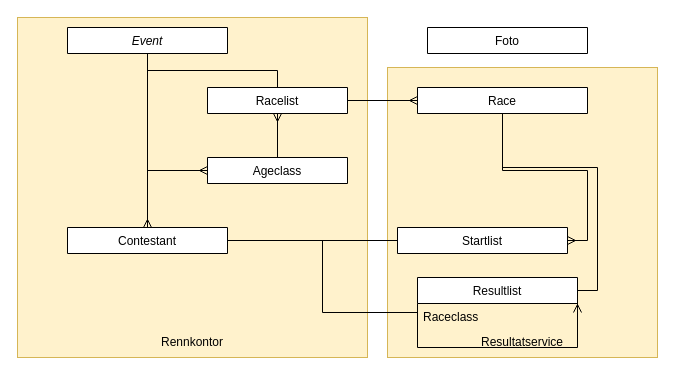
This is Langrenn Entities.drawio from langrenn-sprint/issue-tracker, a draw.io file, before an edit. Source tidied: cells renumbered, new cells numbered last; positions are measured from the earlier drawing's top-left corner, leaving out a move shared by most shapes. Both pictures are drawn from the tidied source at 100%, with x=0, y=0 at pixel (17, 17).
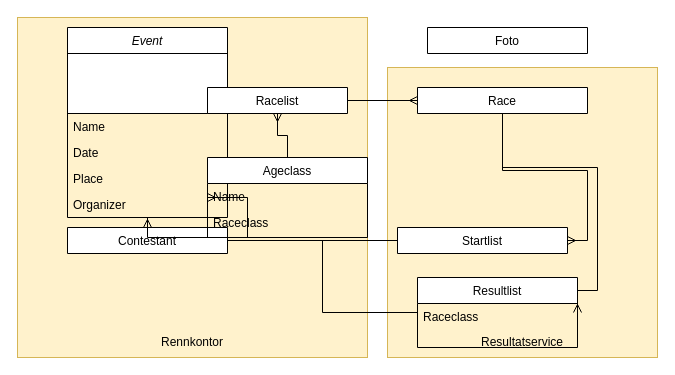
After the change.

The edit, as a diff of the source:
```diff
@@
-    <mxCell id="4" value="Event" style="swimlane;fontStyle=2;align=center;verticalAlign=top;horizontal=1;startSize=26;rounded=0;shadow=0;strokeWidth=1;" parent="1" vertex="1" collapsed="1">
-      <mxGeometry x="50" y="10" width="160" height="26" as="geometry" />
+    <mxCell id="4" value="Event" style="swimlane;fontStyle=2;align=center;verticalAlign=top;horizontal=1;startSize=26;rounded=0;shadow=0;strokeWidth=1;" parent="1" vertex="1">
+      <mxGeometry x="50" y="10" width="160" height="190" as="geometry" />
     </mxCell>
+    <mxCell id="24" style="rounded=0;whiteSpace=wrap;html=1;" parent="4" vertex="1">
+      <mxGeometry y="26" width="160" height="60" as="geometry" />
+    </mxCell>
+    <mxCell id="25" value="Name" style="text;align=left;verticalAlign=top;spacingLeft=4;spacingRight=4;overflow=hidden;" parent="4" vertex="1">
+      <mxGeometry y="86" width="160" height="26" as="geometry" />
+    </mxCell>
+    <mxCell id="26" value="Date" style="text;align=left;verticalAlign=top;spacingLeft=4;spacingRight=4;overflow=hidden;" parent="4" vertex="1">
+      <mxGeometry y="112" width="160" height="26" as="geometry" />
+    </mxCell>
+    <mxCell id="27" value="Place" style="text;align=left;verticalAlign=top;spacingLeft=4;spacingRight=4;overflow=hidden;" parent="4" vertex="1">
+      <mxGeometry y="138" width="160" height="26" as="geometry" />
+    </mxCell>
+    <mxCell id="28" value="Organizer" style="text;align=left;verticalAlign=top;spacingLeft=4;spacingRight=4;overflow=hidden;" parent="4" vertex="1">
+      <mxGeometry y="164" width="160" height="26" as="geometry" />
+    </mxCell>
@@
-    <mxCell id="12" value="Ageclass" style="swimlane;fontStyle=0;align=center;verticalAlign=top;horizontal=1;startSize=26;rounded=0;shadow=0;strokeWidth=1;" parent="1" vertex="1" collapsed="1">
-      <mxGeometry x="190" y="140" width="140" height="26" as="geometry" />
+    <mxCell id="12" value="Ageclass" style="swimlane;fontStyle=0;align=center;verticalAlign=top;horizontal=1;startSize=26;rounded=0;shadow=0;strokeWidth=1;" parent="1" vertex="1">
+      <mxGeometry x="190" y="140" width="160" height="80" as="geometry" />
     </mxCell>
+    <mxCell id="29" value="Name" style="text;align=left;verticalAlign=top;spacingLeft=4;spacingRight=4;overflow=hidden;" parent="12" vertex="1">
+      <mxGeometry y="26" width="160" height="26" as="geometry" />
+    </mxCell>
+    <mxCell id="30" value="Raceclass" style="text;align=left;verticalAlign=top;spacingLeft=4;spacingRight=4;overflow=hidden;" parent="12" vertex="1">
+      <mxGeometry y="52" width="160" height="26" as="geometry" />
+    </mxCell>
```
